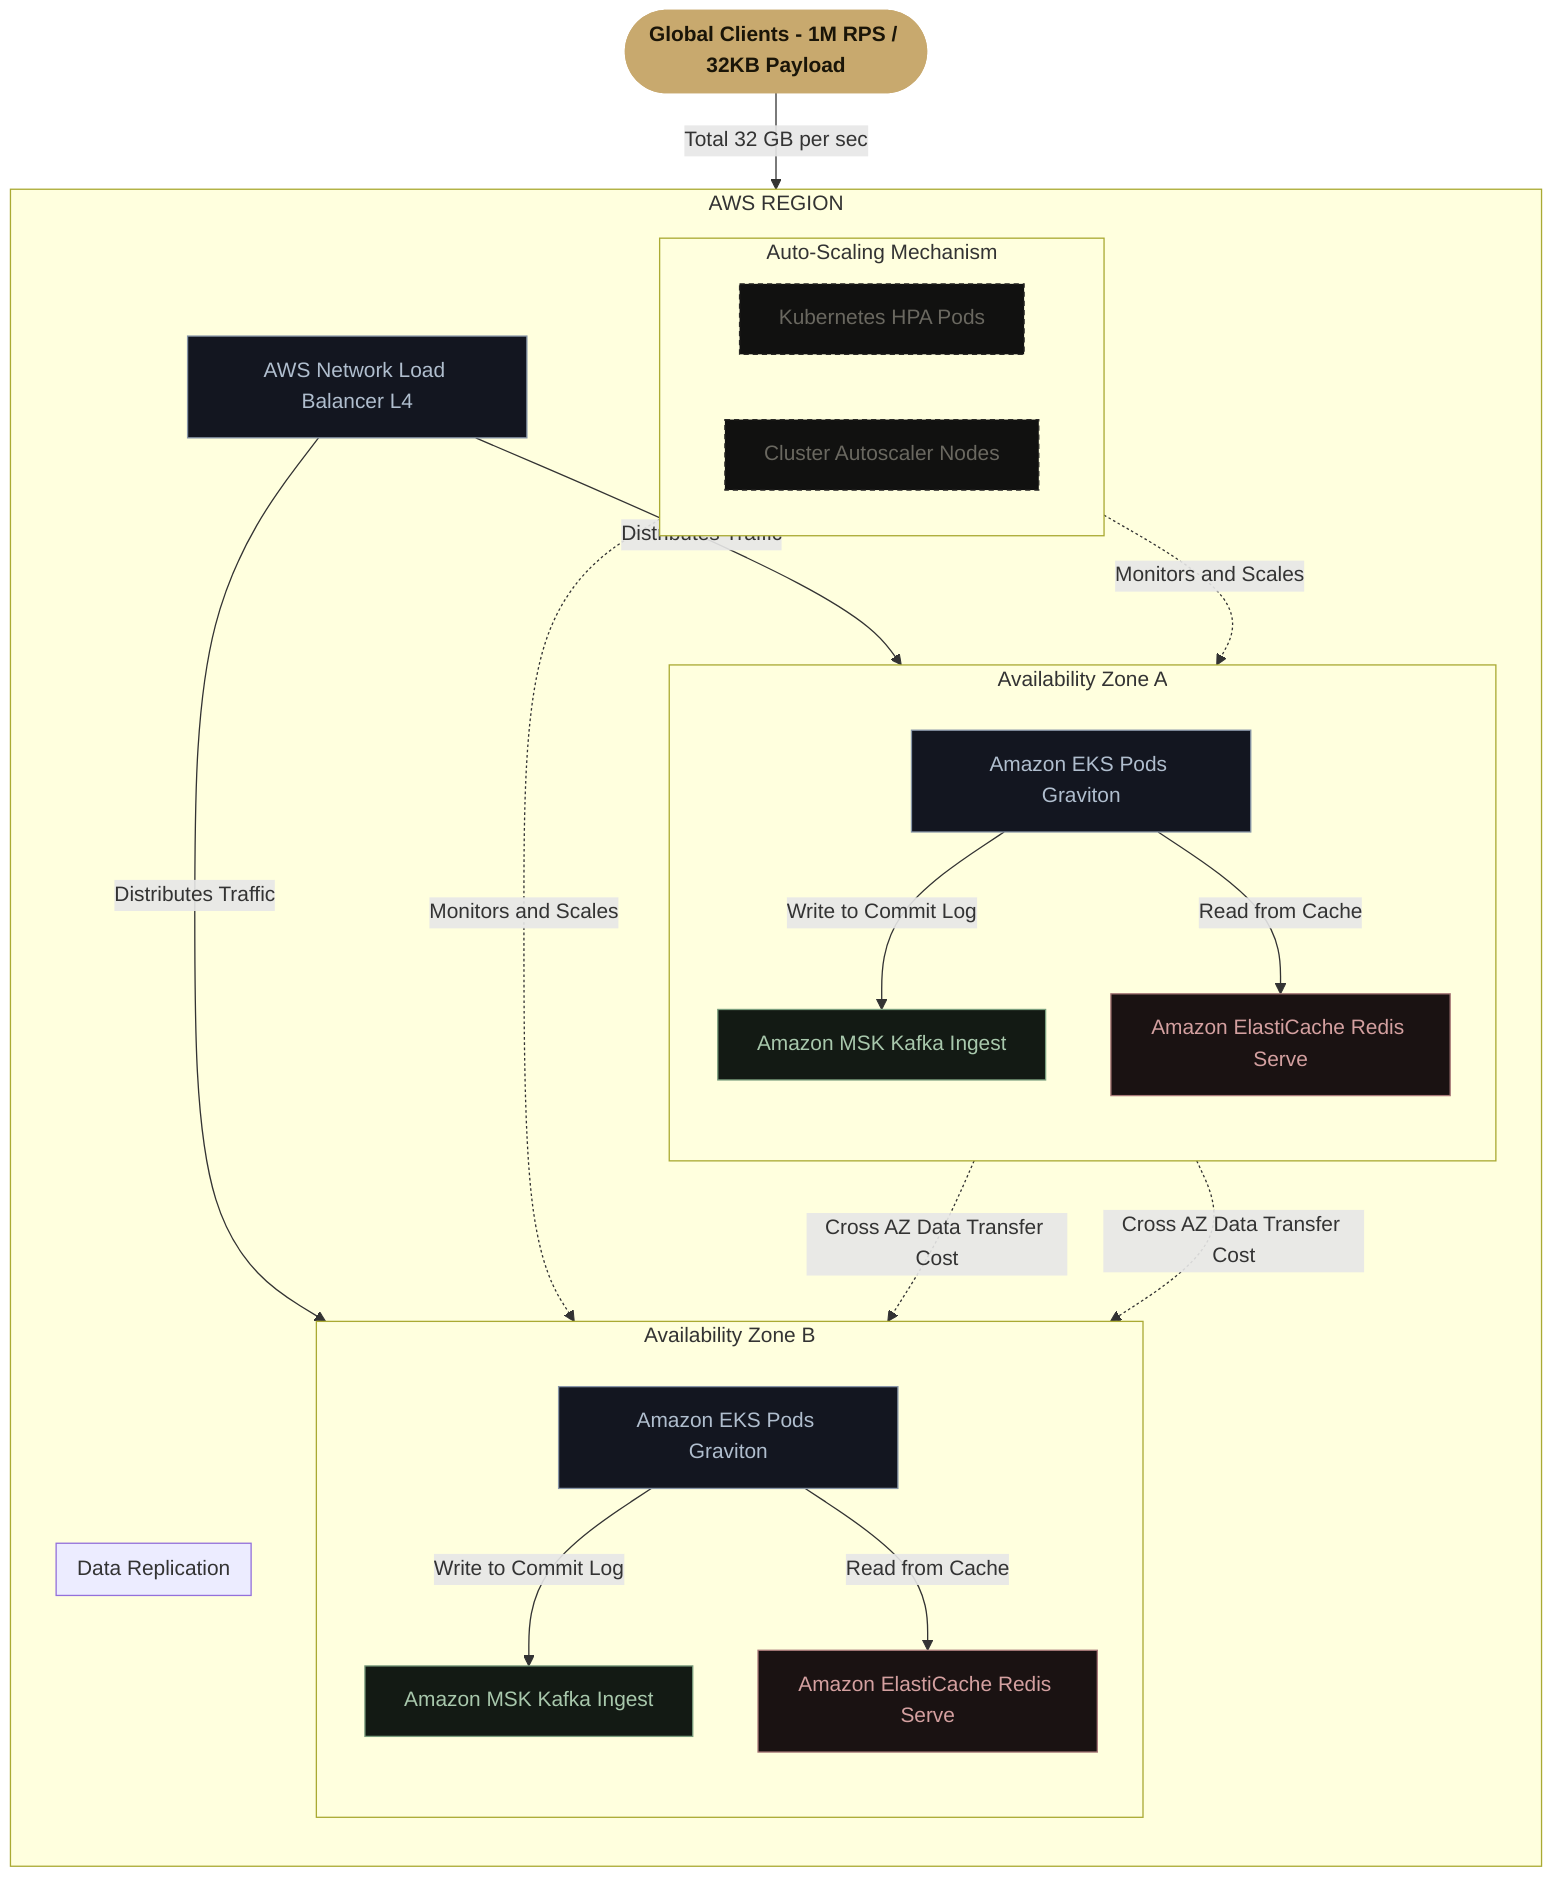
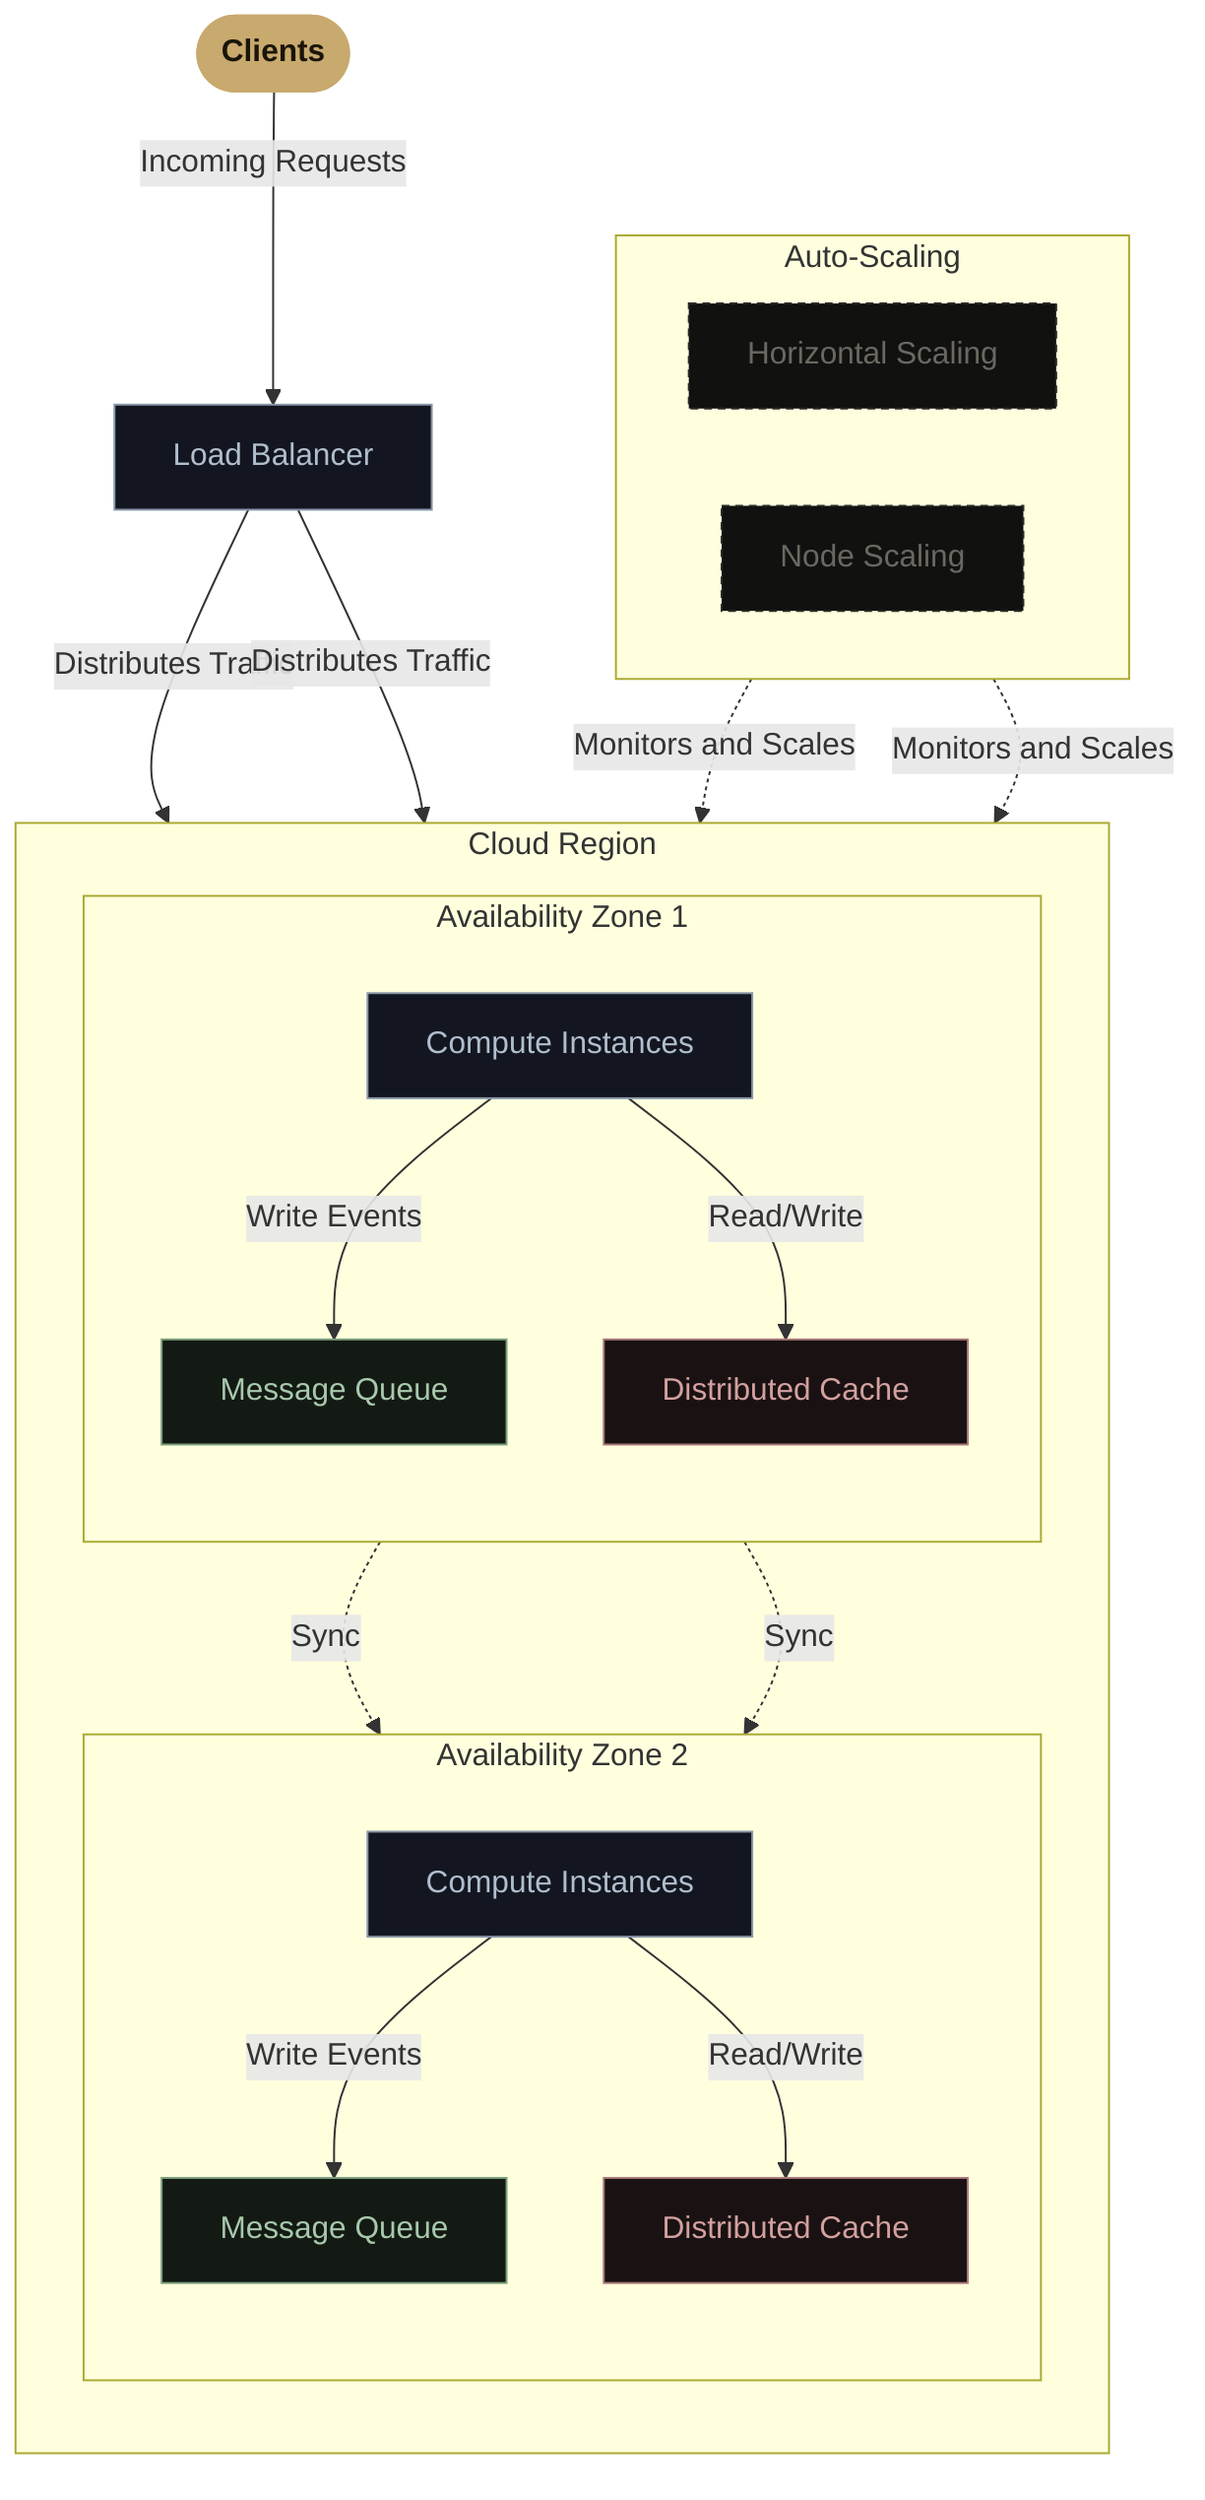
graph TD
    %% ── Classes ─────────────────────────────────────────────
    classDef gold      fill:#1f1c15,stroke:#c8a96e,stroke-width:1.5px,color:#e8d5a8
    classDef sage      fill:#131a14,stroke:#7a9e7e,stroke-width:1px,color:#a8c8ac
    classDef steel     fill:#131620,stroke:#8896a8,stroke-width:1px,color:#b0bece
    classDef crimson   fill:#1a1212,stroke:#a87878,stroke-width:1px,color:#d4a0a0
    classDef ghost     fill:#111110,stroke:#2a2926,stroke-width:1px,color:#6a6860,stroke-dasharray:4 3
    classDef prominent fill:#c8a96e,stroke:#c8a96e,color:#1a1508,font-weight:600

    %% 1. Input Source
-     Users(["Global Clients - 1M RPS / 32KB Payload"]):::prominent
+     Users(["Clients"]):::prominent

    %% 2. Entry Point
-     Users -->|Total 32 GB per sec| NLB["AWS Network Load Balancer L4"]:::steel
+     Users -->|Incoming Requests| LB["Load Balancer"]:::steel

    %% Region Boundary
-     subgraph Region["AWS REGION"]
+     subgraph Region["Cloud Region"]
        direction TB

-         NLB -->|Distributes Traffic| AZ1
-         NLB -->|Distributes Traffic| AZ2
+         %% Availability Zone 1
+         subgraph AZ1["Availability Zone 1"]
+             direction TB
+             Compute_AZ1["Compute Instances"]:::steel
+             MQ_AZ1["Message Queue"]:::sage
+             Cache_AZ1["Distributed Cache"]:::crimson

-         %% Availability Zone 1
-         subgraph AZ1["Availability Zone A"]
-             direction TB
-             EKS_AZ1["Amazon EKS Pods Graviton"]:::steel
-             MSK_AZ1["Amazon MSK Kafka Ingest"]:::sage
-             Redis_AZ1["Amazon ElastiCache Redis Serve"]:::crimson
- 
-             EKS_AZ1 -->|Write to Commit Log| MSK_AZ1
-             EKS_AZ1 -->|Read from Cache| Redis_AZ1
+             Compute_AZ1 -->|Write Events| MQ_AZ1
+             Compute_AZ1 -->|Read/Write| Cache_AZ1
        end

        %% Availability Zone 2
-         subgraph AZ2["Availability Zone B"]
+         subgraph AZ2["Availability Zone 2"]
            direction TB
-             EKS_AZ2["Amazon EKS Pods Graviton"]:::steel
-             MSK_AZ2["Amazon MSK Kafka Ingest"]:::sage
-             Redis_AZ2["Amazon ElastiCache Redis Serve"]:::crimson
+             Compute_AZ2["Compute Instances"]:::steel
+             MQ_AZ2["Message Queue"]:::sage
+             Cache_AZ2["Distributed Cache"]:::crimson

-             EKS_AZ2 -->|Write to Commit Log| MSK_AZ2
-             EKS_AZ2 -->|Read from Cache| Redis_AZ2
-         end
- 
-         %% 3. Scaling Mechanics
-         subgraph Scaling["Auto-Scaling Mechanism"]
-             HPA["Kubernetes HPA Pods"]:::ghost
-             CA["Cluster Autoscaler Nodes"]:::ghost
+             Compute_AZ2 -->|Write Events| MQ_AZ2
+             Compute_AZ2 -->|Read/Write| Cache_AZ2
        end

        %% 4. Data Layer Synchronization
-         subgraph SyncLayer["Data Replication"]
-             MSK_AZ1 -.->|Cross AZ Data Transfer Cost| MSK_AZ2
-             Redis_AZ1 -.->|Cross AZ Data Transfer Cost| Redis_AZ2
-         end
+         MQ_AZ1 -.->|Sync| MQ_AZ2
+         Cache_AZ1 -.->|Sync| Cache_AZ2
    end

+     %% 3. Scaling Mechanics (Moved outside Region for layout)
+     subgraph Scaling["Auto-Scaling"]
+         direction LR
+         HPA["Horizontal Scaling"]:::ghost
+         CA["Node Scaling"]:::ghost
+     end
+ 
+     LB -->|Distributes Traffic| Compute_AZ1
+     LB -->|Distributes Traffic| Compute_AZ2
+ 
    %% Scaling Interactions
-     Scaling -.->|Monitors and Scales| EKS_AZ1
-     Scaling -.->|Monitors and Scales| EKS_AZ2
+     Scaling -.->|Monitors and Scales| Compute_AZ1
+     Scaling -.->|Monitors and Scales| Compute_AZ2
